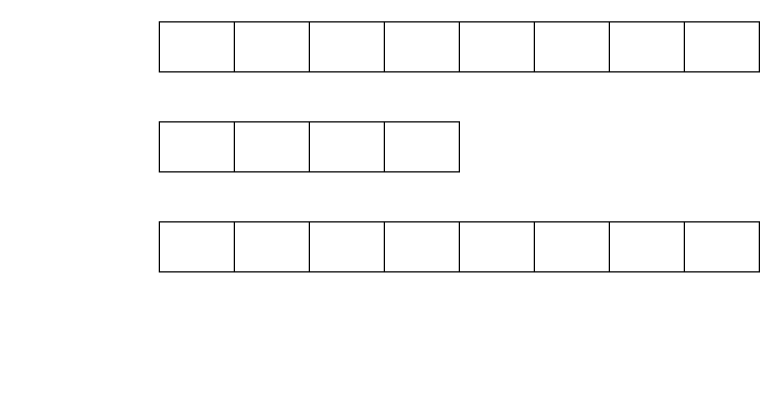
The draw.io diagram digrams/database_Digram.drawio in khaledkaram510/SWE-project, before the edit. Source tidied: cells renumbered, new cells numbered last; positions are measured from the earlier drawing's top-left corner, leaving out a move shared by most shapes. Both pictures are drawn from the tidied source at 125%, with x=0, y=0 at pixel (159, 21).
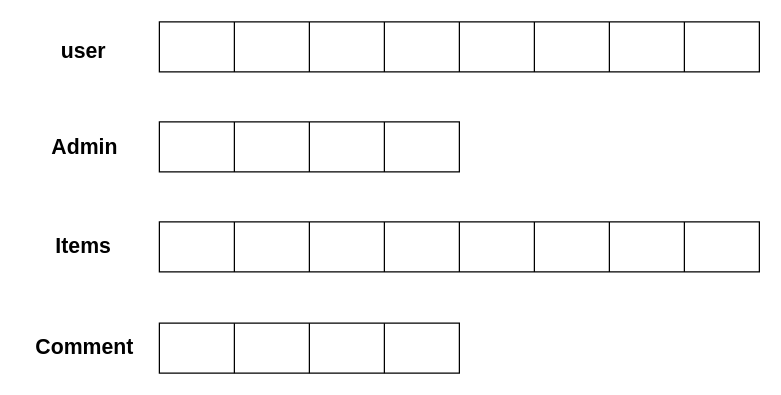
Above is the later version.

Change to the diagram source:
```diff
@@
+    <mxCell id="28" value="&lt;div style=&quot;font-size: 18px;&quot;&gt;&lt;font size=&quot;1&quot;&gt;&lt;b&gt;&lt;font style=&quot;font-size: 17px;&quot;&gt;user&lt;/font&gt;&lt;/b&gt;&lt;/font&gt;&lt;/div&gt;" style="text;html=1;align=center;verticalAlign=middle;strokeColor=none;fillColor=none;" parent="1" vertex="1">
+      <mxGeometry x="-91" y="3" width="60" height="40" as="geometry" />
+    </mxCell>
+    <mxCell id="29" value="&lt;font style=&quot;font-size: 17px;&quot;&gt;&lt;b&gt;Items&lt;/b&gt;&lt;/font&gt;" style="text;html=1;align=center;verticalAlign=middle;strokeColor=none;fillColor=none;" parent="1" vertex="1">
+      <mxGeometry x="-96" y="165" width="70" height="30" as="geometry" />
+    </mxCell>
+    <mxCell id="30" value="&lt;div style=&quot;font-size: 18px;&quot;&gt;&lt;font size=&quot;1&quot;&gt;&lt;b&gt;&lt;font style=&quot;font-size: 17px;&quot;&gt;Admin&lt;/font&gt;&lt;/b&gt;&lt;/font&gt;&lt;/div&gt;" style="text;html=1;align=center;verticalAlign=middle;strokeColor=none;fillColor=none;" parent="1" vertex="1">
+      <mxGeometry x="-100" y="80" width="80" height="40" as="geometry" />
+    </mxCell>
+    <mxCell id="31" value="&lt;div&gt;&lt;font style=&quot;font-size: 17px;&quot;&gt;&lt;b&gt;Comment&lt;/b&gt;&lt;/font&gt;&lt;/div&gt;" style="text;html=1;align=center;verticalAlign=middle;strokeColor=none;fillColor=none;" parent="1" vertex="1">
+      <mxGeometry x="-110" y="246" width="100" height="30" as="geometry" />
+    </mxCell>
+    <mxCell id="32" style="shape=table;startSize=0;childLayout=tableLayout;" parent="1" vertex="1">
+      <mxGeometry y="241" width="240" height="40" as="geometry" />
+    </mxCell>
+    <mxCell id="33" style="shape=tableRow;horizontal=0;startSize=0;swimlaneHead=0;swimlaneBody=0;strokeColor=inherit;top=0;left=0;bottom=0;right=0;fillColor=none;" parent="32" vertex="1">
+      <mxGeometry width="240" height="40" as="geometry" />
+    </mxCell>
+    <mxCell id="34" style="shape=partialRectangle;html=1;whiteSpace=wrap;strokeColor=inherit;overflow=hidden;fillColor=none;top=0;left=0;bottom=0;right=0;" parent="33" vertex="1">
+      <mxGeometry width="60" height="40" as="geometry" />
+    </mxCell>
+    <mxCell id="35" style="shape=partialRectangle;html=1;whiteSpace=wrap;strokeColor=inherit;overflow=hidden;fillColor=none;top=0;left=0;bottom=0;right=0;" parent="33" vertex="1">
+      <mxGeometry x="60" width="60" height="40" as="geometry" />
+    </mxCell>
+    <mxCell id="36" style="shape=partialRectangle;html=1;whiteSpace=wrap;strokeColor=inherit;overflow=hidden;fillColor=none;top=0;left=0;bottom=0;right=0;" parent="33" vertex="1">
+      <mxGeometry x="120" width="60" height="40" as="geometry" />
+    </mxCell>
+    <mxCell id="37" style="shape=partialRectangle;html=1;whiteSpace=wrap;strokeColor=inherit;overflow=hidden;fillColor=none;top=0;left=0;bottom=0;right=0;" parent="33" vertex="1">
+      <mxGeometry x="180" width="60" height="40" as="geometry" />
+    </mxCell>
```
